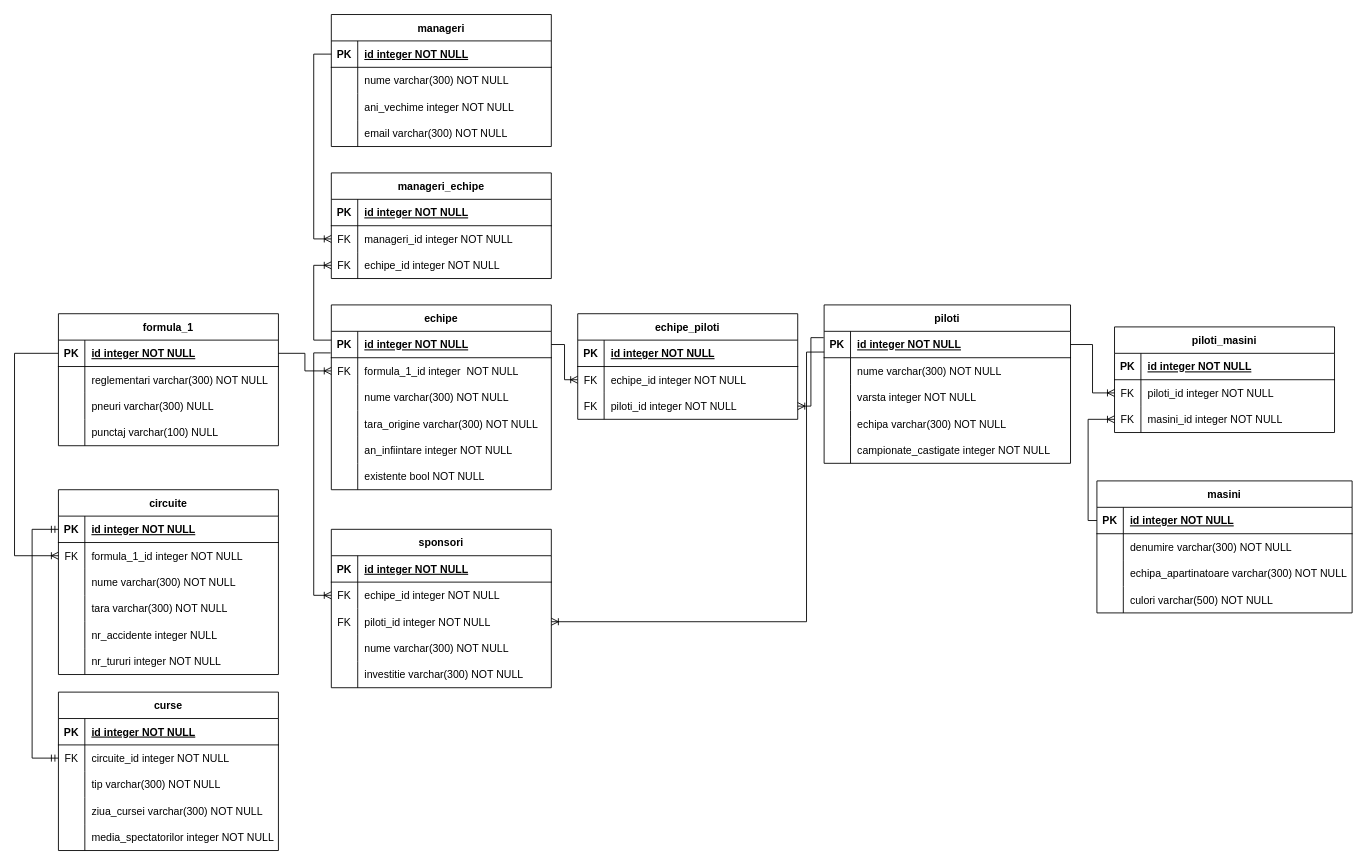
Above: Model Conceptual.drawio in andreea-agrisan/examen_sem1_db (draw.io), before the change. Source tidied: cells renumbered, new cells numbered last; positions are measured from the earlier drawing's top-left corner, leaving out a move shared by most shapes. Both pictures are drawn from the tidied source at 88%, with x=0, y=0 at pixel (14, 14).
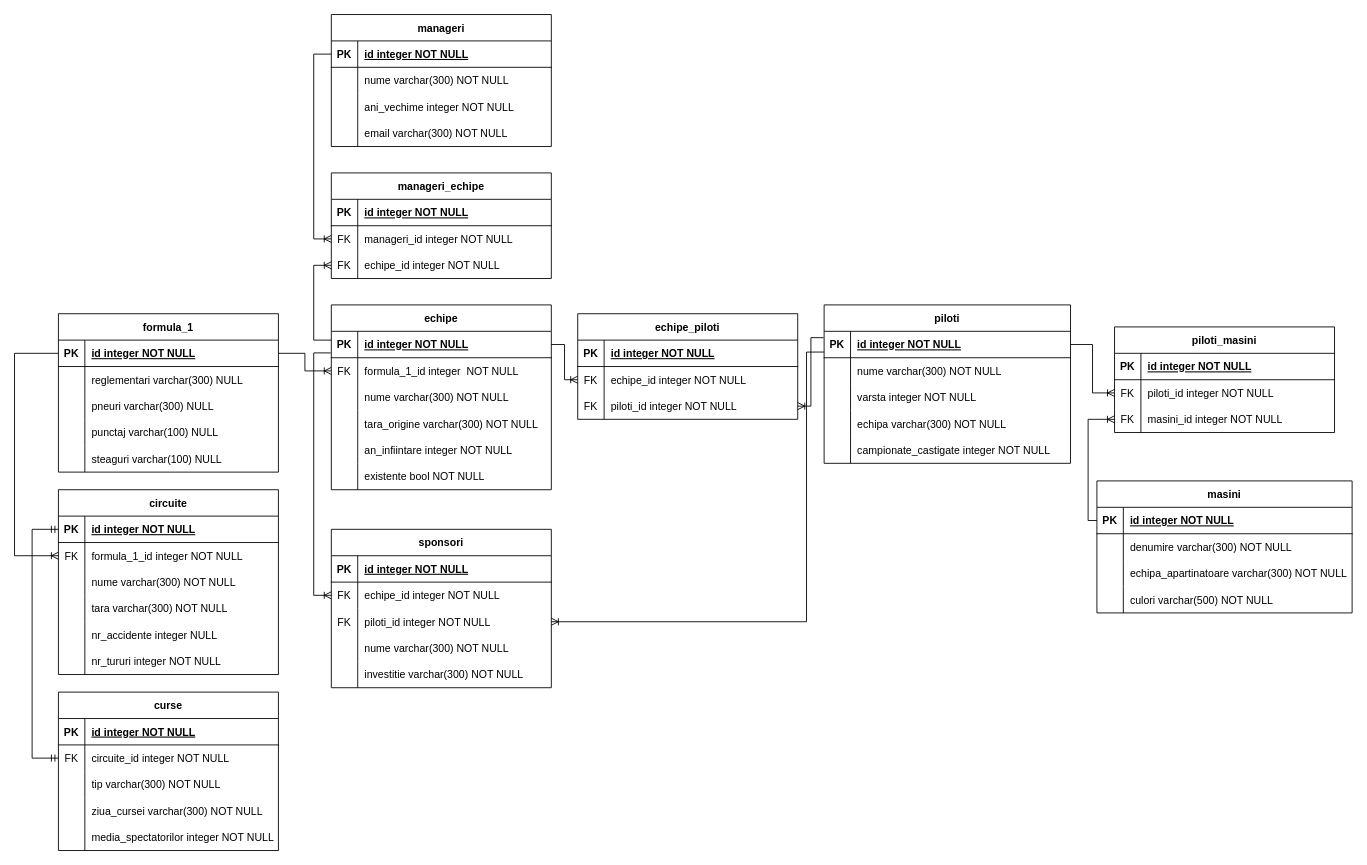
The same diagram, later.

The change refers to these unchanged cells:
```xml
<mxCell id="6" style="shape=partialRectangle;fillColor=none;top=0;left=0;right=0;bottom=0;" parent="2" vertex="1">
  <mxGeometry y="60" width="250" height="30" as="geometry" />
</mxCell>
```

The edit, as a diff of the source:
```diff
@@
     <mxCell id="2" value="formula_1" style="shape=table;startSize=30;childLayout=tableLayout;rowLines=0;fontStyle=1;align=center;" parent="1" vertex="1">
-      <mxGeometry x="49.9" y="340" width="250" height="150" as="geometry" />
+      <mxGeometry x="49.9" y="340" width="250" height="180" as="geometry" />
     </mxCell>
@@
-    <mxCell id="8" value="reglementari varchar(300) NOT NULL" style="shape=partialRectangle;overflow=hidden;fillColor=none;top=0;left=0;bottom=0;right=0;align=left;spacingLeft=6;" parent="6" vertex="1">
+    <mxCell id="8" value="reglementari varchar(300) NULL" style="shape=partialRectangle;overflow=hidden;fillColor=none;top=0;left=0;bottom=0;right=0;align=left;spacingLeft=6;" parent="6" vertex="1">
       <mxGeometry x="30" width="220" height="30" as="geometry" />
     </mxCell>
@@
+    <mxCell id="168" style="shape=partialRectangle;fillColor=none;top=0;left=0;right=0;bottom=0;" parent="2" vertex="1">
+      <mxGeometry y="150" width="250" height="30" as="geometry" />
+    </mxCell>
+    <mxCell id="169" style="shape=partialRectangle;overflow=hidden;fillColor=none;top=0;left=0;bottom=0;right=0;" parent="168" vertex="1">
+      <mxGeometry width="30" height="30" as="geometry" />
+    </mxCell>
+    <mxCell id="170" value="steaguri varchar(100) NULL" style="shape=partialRectangle;overflow=hidden;fillColor=none;top=0;left=0;bottom=0;right=0;align=left;spacingLeft=6;" parent="168" vertex="1">
+      <mxGeometry x="30" width="220" height="30" as="geometry" />
+    </mxCell>
```
